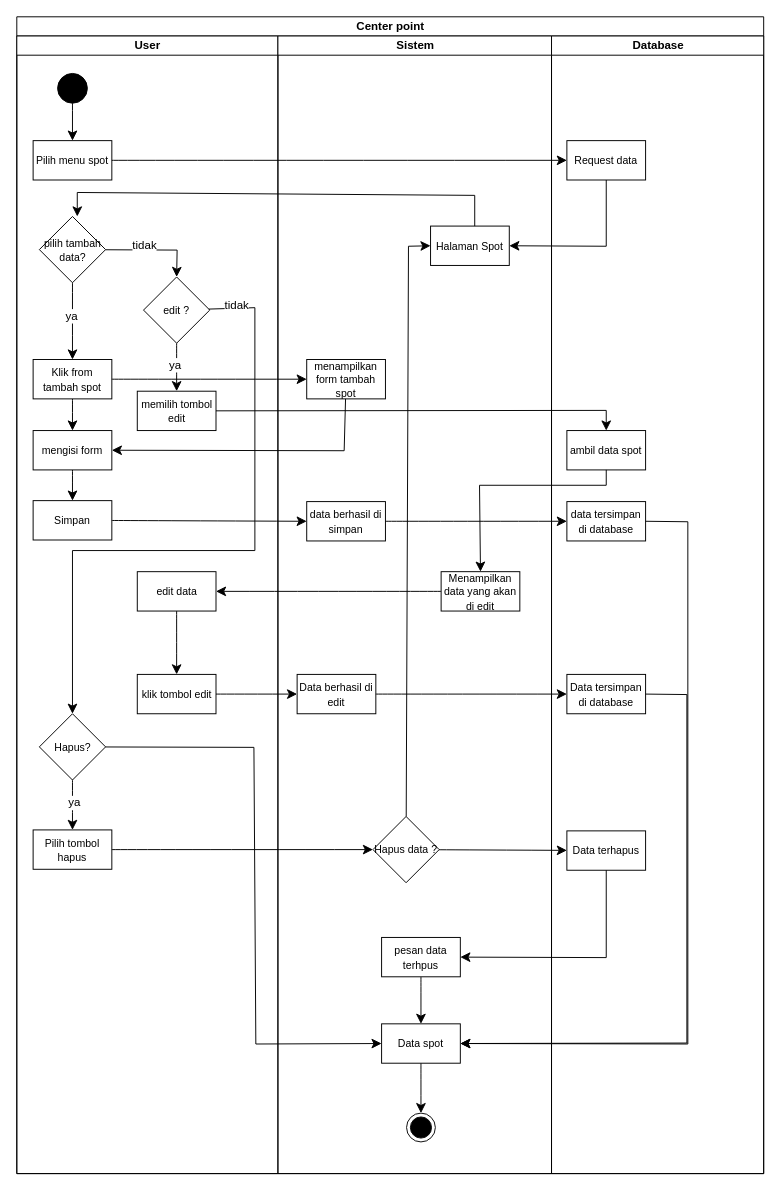
Before: page "spot" (6 of 11) of activity diagram gis.drawio in AmirRazer/DrawIoErd, a draw.io diagram. Source tidied: cells renumbered, new cells numbered last; positions are measured from the earlier drawing's top-left corner, leaving out a move shared by most shapes. Both pictures are drawn from the tidied source at 96%, with x=0, y=0 at pixel (16, 16).
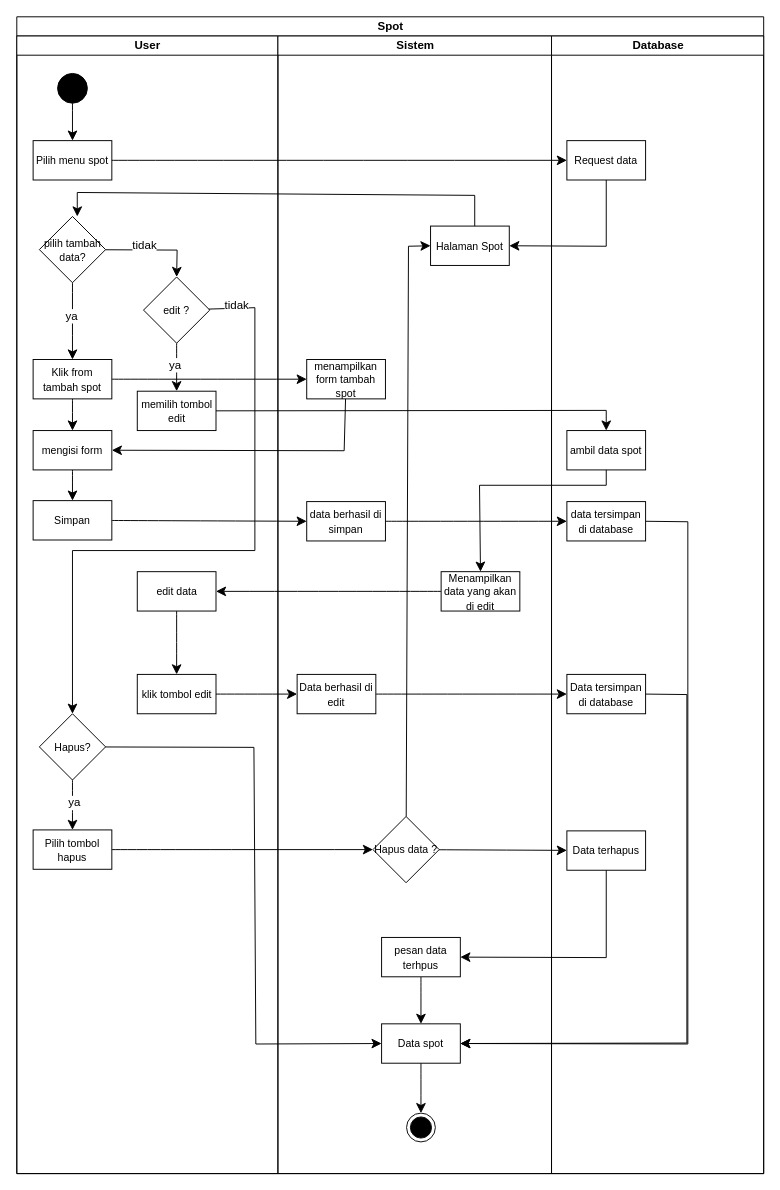
After the change.

Change to the diagram source:
```diff
@@
-    <mxCell id="2" value="Center point" style="swimlane;startSize=20;html=1;" parent="1" vertex="1">
+    <mxCell id="2" value="Spot" style="swimlane;startSize=20;html=1;" parent="1" vertex="1">
       <mxGeometry width="778" height="1205" as="geometry" />
     </mxCell>
```
